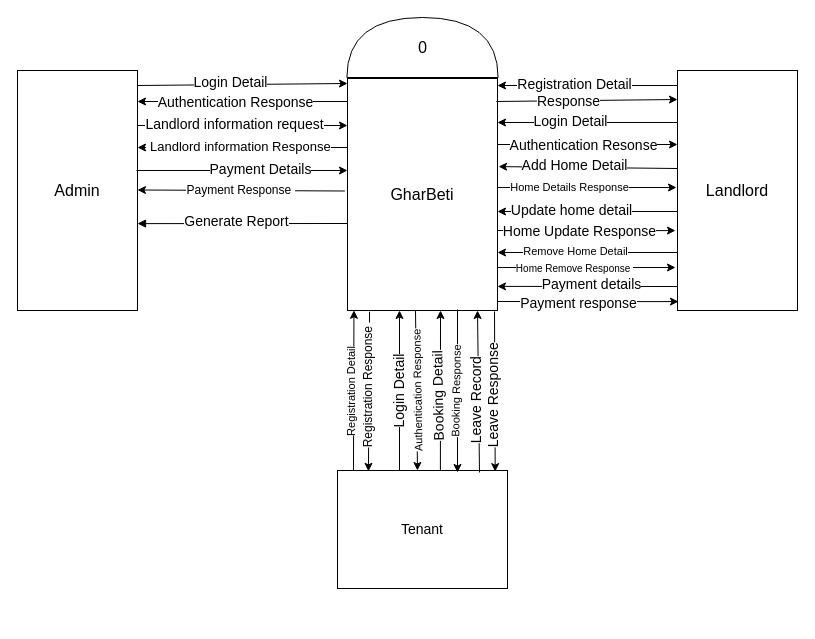
Before: page "Context Diagram" (3 of 5) of GharBeti(Diagrams).drawio in Sbdpratik/gharbeti, a draw.io diagram. Source tidied: cells renumbered, new cells numbered last; positions are measured from the earlier drawing's top-left corner, leaving out a move shared by most shapes. Both pictures are drawn from the tidied source at 100%, with x=0, y=0 at pixel (17, -29).
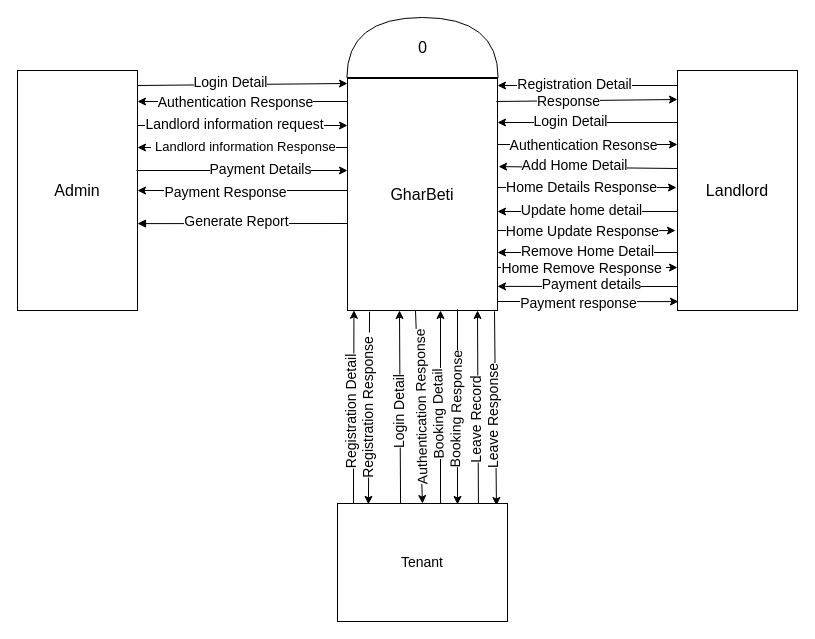
The same diagram, later.

The change refers to these unchanged cells:
```xml
<mxCell id="4" value="&lt;font size=&quot;3&quot;&gt;Admin&lt;/font&gt;" style="rounded=0;whiteSpace=wrap;html=1;" parent="1" vertex="1">
  <mxGeometry y="99" width="120" height="240" as="geometry" />
</mxCell>
<mxCell id="18" style="endArrow=classic;html=1;fontSize=12;entryX=1;entryY=0.3;entryDx=0;entryDy=0;entryPerimeter=0;" parent="1" edge="1">
  <mxGeometry relative="1" as="geometry">
    <mxPoint x="330" y="176" as="sourcePoint" />
    <mxPoint x="120" y="176" as="targetPoint" />
  </mxGeometry>
</mxCell>
<mxCell id="20" value="&lt;font size=&quot;3&quot;&gt;Landlord&lt;/font&gt;" style="rounded=0;whiteSpace=wrap;html=1;fontSize=12;" parent="1" vertex="1">
  <mxGeometry x="660" y="99" width="120" height="240" as="geometry" />
</mxCell>
<mxCell id="21" style="endArrow=classic;html=1;fontSize=12;entryX=-0.008;entryY=0.421;entryDx=0;entryDy=0;entryPerimeter=0;" parent="1" edge="1">
  <mxGeometry relative="1" as="geometry">
    <mxPoint x="480" y="216" as="sourcePoint" />
    <mxPoint x="659" y="216" as="targetPoint" />
  </mxGeometry>
</mxCell>
<mxCell id="27" style="endArrow=classic;html=1;fontSize=12;" parent="1" edge="1">
  <mxGeometry relative="1" as="geometry">
    <mxPoint x="660" y="151" as="sourcePoint" />
    <mxPoint x="480" y="151" as="targetPoint" />
  </mxGeometry>
</mxCell>
<mxCell id="36" style="endArrow=classic;html=1;fontSize=12;" parent="1" edge="1">
  <mxGeometry relative="1" as="geometry">
    <mxPoint x="660" y="281" as="sourcePoint" />
    <mxPoint x="480" y="281" as="targetPoint" />
  </mxGeometry>
</mxCell>
<mxCell id="39" style="endArrow=classic;html=1;fontSize=12;entryX=-0.017;entryY=0.617;entryDx=0;entryDy=0;entryPerimeter=0;" parent="1" edge="1">
  <mxGeometry relative="1" as="geometry">
    <mxPoint x="480" y="259" as="sourcePoint" />
    <mxPoint x="658" y="259.1" as="targetPoint" />
  </mxGeometry>
</mxCell>
<mxCell id="41" style="endArrow=classic;html=1;fontSize=12;" parent="1" edge="1">
  <mxGeometry relative="1" as="geometry">
    <mxPoint x="660" y="240" as="sourcePoint" />
    <mxPoint x="480" y="240" as="targetPoint" />
  </mxGeometry>
</mxCell>
<mxCell id="45" style="endArrow=classic;html=1;fontSize=12;entryX=0.182;entryY=0.007;entryDx=0;entryDy=0;entryPerimeter=0;exitX=0.147;exitY=1.005;exitDx=0;exitDy=0;exitPerimeter=0;" parent="1" edge="1" source="2" target="53">
  <mxGeometry relative="1" as="geometry" />
</mxCell>
<mxCell id="47" style="endArrow=classic;html=1;fontSize=12;entryX=0.043;entryY=0.999;entryDx=0;entryDy=0;exitX=0.094;exitY=0.011;exitDx=0;exitDy=0;exitPerimeter=0;entryPerimeter=0;" parent="1" edge="1" source="53" target="2">
  <mxGeometry relative="1" as="geometry" />
</mxCell>
```

Change to the diagram source:
```diff
@@
-    <mxCell id="9" value="Payment Response&amp;nbsp;" style="endArrow=classic;html=1;fontSize=12;entryX=1;entryY=0.442;entryDx=0;entryDy=0;entryPerimeter=0;exitX=-0.017;exitY=0.427;exitDx=0;exitDy=0;exitPerimeter=0;" parent="1" edge="1">
-      <mxGeometry relative="1" as="geometry">
-        <mxPoint x="327.4" y="219.5" as="sourcePoint" />
-        <mxPoint x="120" y="218.5" as="targetPoint" />
-      </mxGeometry>
-    </mxCell>
-    <mxCell id="10" style="endArrow=classic;html=1;fontSize=12;entryX=0.25;entryY=1;entryDx=0;entryDy=0;" parent="1" edge="1">
+    <mxCell id="10" style="endArrow=classic;html=1;fontSize=12;entryX=0.25;entryY=1;entryDx=0;entryDy=0;exitX=0.371;exitY=0.008;exitDx=0;exitDy=0;exitPerimeter=0;" parent="1" edge="1" source="53">
       <mxGeometry relative="1" as="geometry">
-        <mxPoint x="382" y="499" as="sourcePoint" />
         <mxPoint x="382" y="339" as="targetPoint" />
       </mxGeometry>
     </mxCell>
@@
-    <mxCell id="19" value="&lt;font style=&quot;font-size: 13px;&quot;&gt;&amp;nbsp;Landlord information Response&lt;/font&gt;" style="edgeLabel;html=1;align=center;verticalAlign=middle;fontSize=13;" parent="18" vertex="1">
+    <mxCell id="19" value="&lt;font style=&quot;font-size: 13px&quot;&gt;&amp;nbsp;Landlord information Response&lt;/font&gt;" style="edgeLabel;html=1;align=center;verticalAlign=middle;fontSize=13;" parent="18" vertex="1">
       <mxGeometry x="0.18" y="2" relative="1" as="geometry">
-        <mxPoint x="14" y="-4" as="offset" />
+        <mxPoint x="19" y="-4" as="offset" />
       </mxGeometry>
     </mxCell>
@@
-    <mxCell id="22" value="&lt;font style=&quot;font-size: 11px;&quot;&gt;Home Details Response&lt;/font&gt;" style="edgeLabel;html=1;align=center;verticalAlign=middle;fontSize=12;" parent="21" vertex="1">
+    <mxCell id="22" value="&lt;font style=&quot;font-size: 14px;&quot;&gt;Home Details Response&lt;/font&gt;" style="edgeLabel;html=1;align=center;verticalAlign=middle;fontSize=14;" parent="21" vertex="1">
       <mxGeometry x="-0.31" relative="1" as="geometry">
-        <mxPoint x="9" y="-1" as="offset" />
+        <mxPoint x="21" y="-1" as="offset" />
       </mxGeometry>
     </mxCell>
@@
-    <mxCell id="28" value="&lt;font style=&quot;font-size: 14px&quot;&gt;Login Detail&lt;/font&gt;" style="edgeLabel;html=1;align=center;verticalAlign=middle;fontSize=12;" parent="27" vertex="1">
+    <mxCell id="28" value="&lt;font style=&quot;font-size: 14px;&quot;&gt;Login Detail&lt;/font&gt;" style="edgeLabel;html=1;align=center;verticalAlign=middle;fontSize=14;" parent="27" vertex="1">
       <mxGeometry x="0.26" y="2" relative="1" as="geometry">
         <mxPoint x="5" y="-4" as="offset" />
       </mxGeometry>
     </mxCell>
@@
-    <mxCell id="35" style="endArrow=classic;html=1;fontSize=12;" parent="1" edge="1">
+    <mxCell id="35" style="endArrow=classic;html=1;fontSize=12;entryX=0;entryY=0.821;entryDx=0;entryDy=0;entryPerimeter=0;" parent="1" edge="1" target="20">
       <mxGeometry relative="1" as="geometry">
         <mxPoint x="480" y="296" as="sourcePoint" />
-        <mxPoint x="658" y="296" as="targetPoint" />
       </mxGeometry>
     </mxCell>
@@
-    <mxCell id="37" value="&lt;font style=&quot;font-size: 11px;&quot;&gt;Remove Home Detail&lt;/font&gt;" style="edgeLabel;html=1;align=center;verticalAlign=middle;" parent="36" vertex="1">
-      <mxGeometry x="0.15" y="-2" relative="1" as="geometry" />
+    <mxCell id="37" value="&lt;font style=&quot;font-size: 14px;&quot;&gt;Remove Home Detail&lt;/font&gt;" style="edgeLabel;html=1;align=center;verticalAlign=middle;fontSize=14;" parent="36" vertex="1">
+      <mxGeometry x="0.15" y="-2" relative="1" as="geometry">
+        <mxPoint x="12" as="offset" />
+      </mxGeometry>
     </mxCell>
-    <mxCell id="38" value="&lt;font style=&quot;font-size: 10px;&quot;&gt;Home Remove Response&amp;nbsp;&lt;/font&gt;" style="edgeLabel;html=1;align=center;verticalAlign=middle;" parent="36" vertex="1">
+    <mxCell id="38" value="&lt;font style=&quot;font-size: 14px;&quot;&gt;Home Remove Response&amp;nbsp;&lt;/font&gt;" style="edgeLabel;html=1;align=center;verticalAlign=middle;fontSize=14;" parent="36" vertex="1">
       <mxGeometry x="0.2" y="5" relative="1" as="geometry">
-        <mxPoint x="4" y="10" as="offset" />
+        <mxPoint x="13" y="10" as="offset" />
       </mxGeometry>
     </mxCell>
@@
-    <mxCell id="40" value="&lt;font style=&quot;font-size: 14px&quot;&gt;Home Update Response&lt;/font&gt;" style="edgeLabel;html=1;align=center;verticalAlign=middle;" parent="39" vertex="1">
+    <mxCell id="40" value="&lt;font style=&quot;font-size: 14px;&quot;&gt;Home Update Response&lt;/font&gt;" style="edgeLabel;html=1;align=center;verticalAlign=middle;fontSize=14;" parent="39" vertex="1">
       <mxGeometry x="-0.14" y="-1" relative="1" as="geometry">
-        <mxPoint x="5" y="-1" as="offset" />
+        <mxPoint x="8" y="-1" as="offset" />
       </mxGeometry>
     </mxCell>
@@
-    <mxCell id="42" value="&lt;font style=&quot;font-size: 14px&quot;&gt;Update home detail&lt;/font&gt;" style="edgeLabel;html=1;align=center;verticalAlign=middle;" parent="41" vertex="1">
+    <mxCell id="42" value="&lt;font style=&quot;font-size: 14px;&quot;&gt;Update home detail&lt;/font&gt;" style="edgeLabel;html=1;align=center;verticalAlign=middle;fontSize=14;" parent="41" vertex="1">
       <mxGeometry x="0.38" y="-1" relative="1" as="geometry">
-        <mxPoint x="17" y="-1" as="offset" />
+        <mxPoint x="27" y="-1" as="offset" />
       </mxGeometry>
     </mxCell>
-    <mxCell id="43" style="endArrow=classic;html=1;fontSize=12;entryX=0.857;entryY=0.006;entryDx=0;entryDy=0;entryPerimeter=0;exitX=0.9;exitY=1.004;exitDx=0;exitDy=0;exitPerimeter=0;" parent="1" edge="1">
+    <mxCell id="43" style="endArrow=classic;html=1;fontSize=12;entryX=0.935;entryY=0.017;entryDx=0;entryDy=0;entryPerimeter=0;exitX=0.9;exitY=1.004;exitDx=0;exitDy=0;exitPerimeter=0;" parent="1" edge="1" target="53">
       <mxGeometry relative="1" as="geometry">
         <mxPoint x="477" y="339.9" as="sourcePoint" />
-        <mxPoint x="477.7" y="500.1" as="targetPoint" />
       </mxGeometry>
     </mxCell>
@@
-    <mxCell id="46" value="&lt;font style=&quot;font-size: 12px;&quot;&gt;Registration Response&amp;nbsp;&lt;/font&gt;" style="edgeLabel;html=1;align=center;verticalAlign=middle;rotation=-90;fontSize=12;" parent="45" vertex="1">
+    <mxCell id="46" value="&lt;font style=&quot;font-size: 14px&quot;&gt;Registration Response&amp;nbsp;&lt;/font&gt;" style="edgeLabel;html=1;align=center;verticalAlign=middle;rotation=-90;fontSize=12;" parent="45" vertex="1">
       <mxGeometry x="0.26" y="1" relative="1" as="geometry">
         <mxPoint x="-2" y="-26" as="offset" />
       </mxGeometry>
     </mxCell>
@@
-    <mxCell id="48" value="&lt;font style=&quot;font-size: 11px;&quot;&gt;Registration Detail&lt;/font&gt;" style="edgeLabel;html=1;align=center;verticalAlign=middle;rotation=-90;fontSize=11;" parent="47" vertex="1">
+    <mxCell id="48" value="&lt;font style=&quot;font-size: 14px&quot;&gt;Registration Detail&lt;/font&gt;" style="edgeLabel;html=1;align=center;verticalAlign=middle;rotation=-90;fontSize=11;" parent="47" vertex="1">
       <mxGeometry x="-0.23" relative="1" as="geometry">
         <mxPoint x="-3" y="-17" as="offset" />
       </mxGeometry>
     </mxCell>
-    <mxCell id="49" style="endArrow=classic;html=1;fontSize=12;" parent="1" edge="1">
+    <mxCell id="49" style="endArrow=classic;html=1;fontSize=12;entryX=0.5;entryY=0;entryDx=0;entryDy=0;" parent="1" edge="1" target="53">
       <mxGeometry relative="1" as="geometry">
         <mxPoint x="398" y="339" as="sourcePoint" />
-        <mxPoint x="400" y="499" as="targetPoint" />
       </mxGeometry>
     </mxCell>
-    <mxCell id="50" value="&lt;font style=&quot;font-size: 11px;&quot;&gt;Authentication Response&lt;/font&gt;" style="edgeLabel;html=1;align=center;verticalAlign=middle;rotation=-91;fontSize=11;" parent="49" vertex="1">
+    <mxCell id="50" value="&lt;font style=&quot;font-size: 14px&quot;&gt;Authentication Response&lt;/font&gt;" style="edgeLabel;html=1;align=center;verticalAlign=middle;rotation=-91;fontSize=11;" parent="49" vertex="1">
       <mxGeometry x="0.42" y="-1" relative="1" as="geometry">
-        <mxPoint x="2" y="-33" as="offset" />
+        <mxPoint x="2" y="-40" as="offset" />
       </mxGeometry>
     </mxCell>
@@
     <mxCell id="53" value="&lt;font style=&quot;font-size: 14px&quot;&gt;Tenant&lt;/font&gt;" style="rounded=0;whiteSpace=wrap;html=1;" parent="1" vertex="1">
-      <mxGeometry x="320" y="499" width="170" height="118" as="geometry" />
+      <mxGeometry x="320" y="532" width="170" height="118" as="geometry" />
     </mxCell>
-    <mxCell id="54" style="endArrow=classic;html=1;fontSize=12;exitX=0.836;exitY=0.011;exitDx=0;exitDy=0;exitPerimeter=0;" parent="1" edge="1">
+    <mxCell id="54" style="endArrow=classic;html=1;fontSize=12;exitX=0.829;exitY=0;exitDx=0;exitDy=0;exitPerimeter=0;" parent="1" edge="1" source="53">
       <mxGeometry relative="1" as="geometry">
-        <mxPoint x="462" y="501" as="sourcePoint" />
         <mxPoint x="460" y="339" as="targetPoint" />
       </mxGeometry>
     </mxCell>
@@
-    <mxCell id="56" style="endArrow=classic;html=1;fontSize=12;entryX=0.636;entryY=0.011;entryDx=0;entryDy=0;entryPerimeter=0;" parent="1" edge="1">
+    <mxCell id="56" style="endArrow=classic;html=1;fontSize=12;entryX=0.706;entryY=0.008;entryDx=0;entryDy=0;entryPerimeter=0;" parent="1" edge="1" target="53">
       <mxGeometry relative="1" as="geometry">
         <mxPoint x="440" y="338" as="sourcePoint" />
-        <mxPoint x="440" y="501" as="targetPoint" />
       </mxGeometry>
     </mxCell>
-    <mxCell id="57" value="&lt;font style=&quot;font-size: 11px;&quot;&gt;Booking Response&lt;/font&gt;" style="edgeLabel;html=1;align=center;verticalAlign=middle;rotation=-89;fontSize=11;" parent="56" vertex="1">
+    <mxCell id="57" value="&lt;font style=&quot;font-size: 14px&quot;&gt;Booking Response&lt;/font&gt;" style="edgeLabel;html=1;align=center;verticalAlign=middle;rotation=-89;fontSize=11;" parent="56" vertex="1">
       <mxGeometry x="0.14" relative="1" as="geometry">
         <mxPoint x="-2" y="-10" as="offset" />
       </mxGeometry>
     </mxCell>
-    <mxCell id="58" style="endArrow=classic;html=1;fontSize=12;exitX=0.571;exitY=0;exitDx=0;exitDy=0;exitPerimeter=0;" parent="1" edge="1">
+    <mxCell id="58" style="endArrow=classic;html=1;fontSize=12;exitX=0.606;exitY=0;exitDx=0;exitDy=0;exitPerimeter=0;" parent="1" edge="1" source="53">
       <mxGeometry relative="1" as="geometry">
-        <mxPoint x="422.9" y="499" as="sourcePoint" />
         <mxPoint x="423" y="339" as="targetPoint" />
       </mxGeometry>
     </mxCell>
@@
+    <mxCell id="60" style="endArrow=classic;html=1;fontSize=14;entryX=1;entryY=0.5;entryDx=0;entryDy=0;" parent="1" edge="1" target="4">
+      <mxGeometry relative="1" as="geometry">
+        <mxPoint x="330" y="219" as="sourcePoint" />
+      </mxGeometry>
+    </mxCell>
+    <mxCell id="9" value="Payment Response" style="edgeLabel;html=1;align=center;verticalAlign=middle;fontSize=14;" parent="60" vertex="1">
+      <mxGeometry x="0.17" y="1" relative="1" as="geometry" />
+    </mxCell>
```
